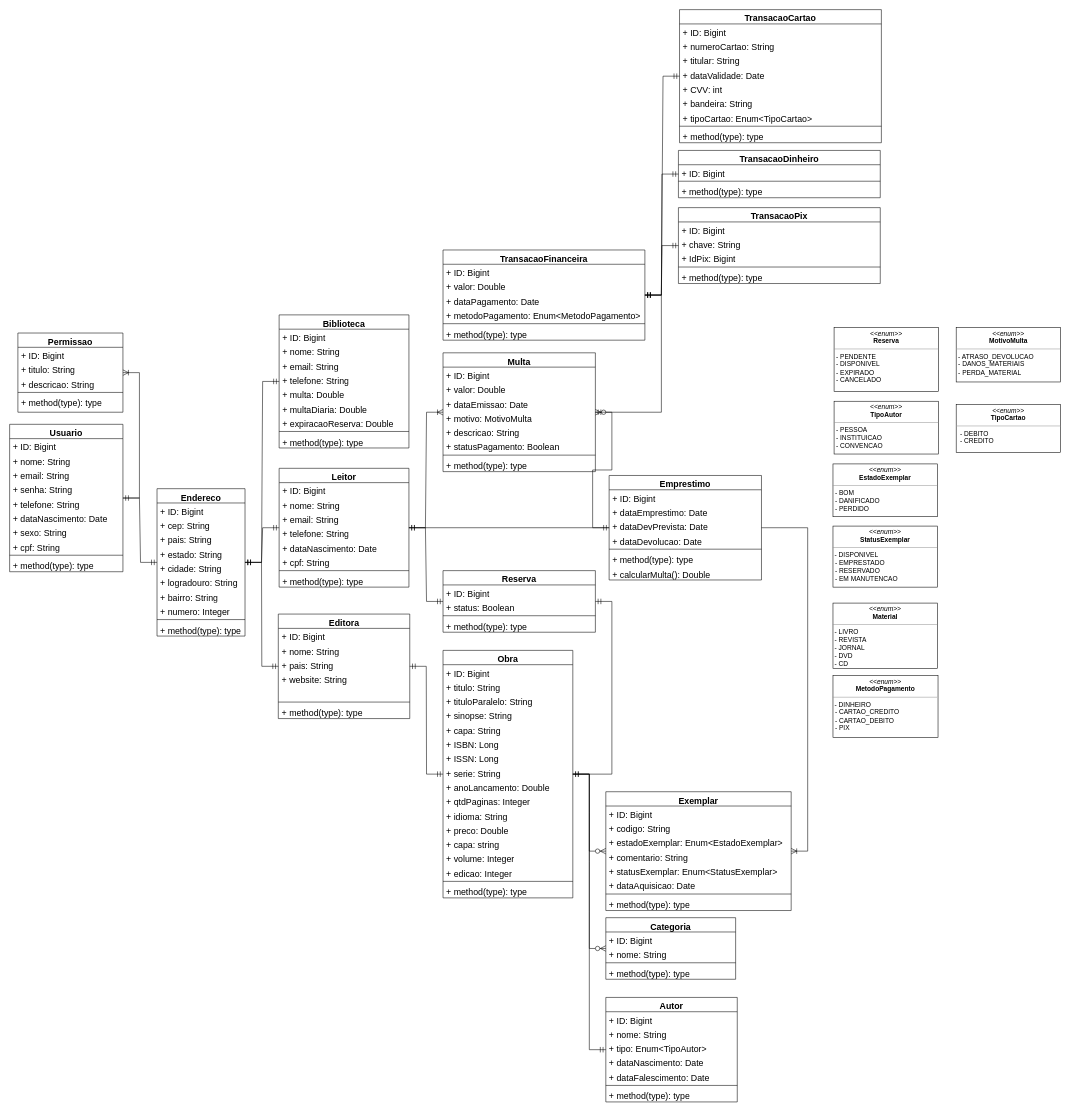
Before: assets/diagramas/Biblitech diagrama de classe.drawio in Algorithm-Aces/BiblioTech, a draw.io diagram. Source tidied: cells renumbered, new cells numbered last; positions are measured from the earlier drawing's top-left corner, leaving out a move shared by most shapes. Both pictures are drawn from the tidied source at 55%, with x=0, y=0 at pixel (9, 9).
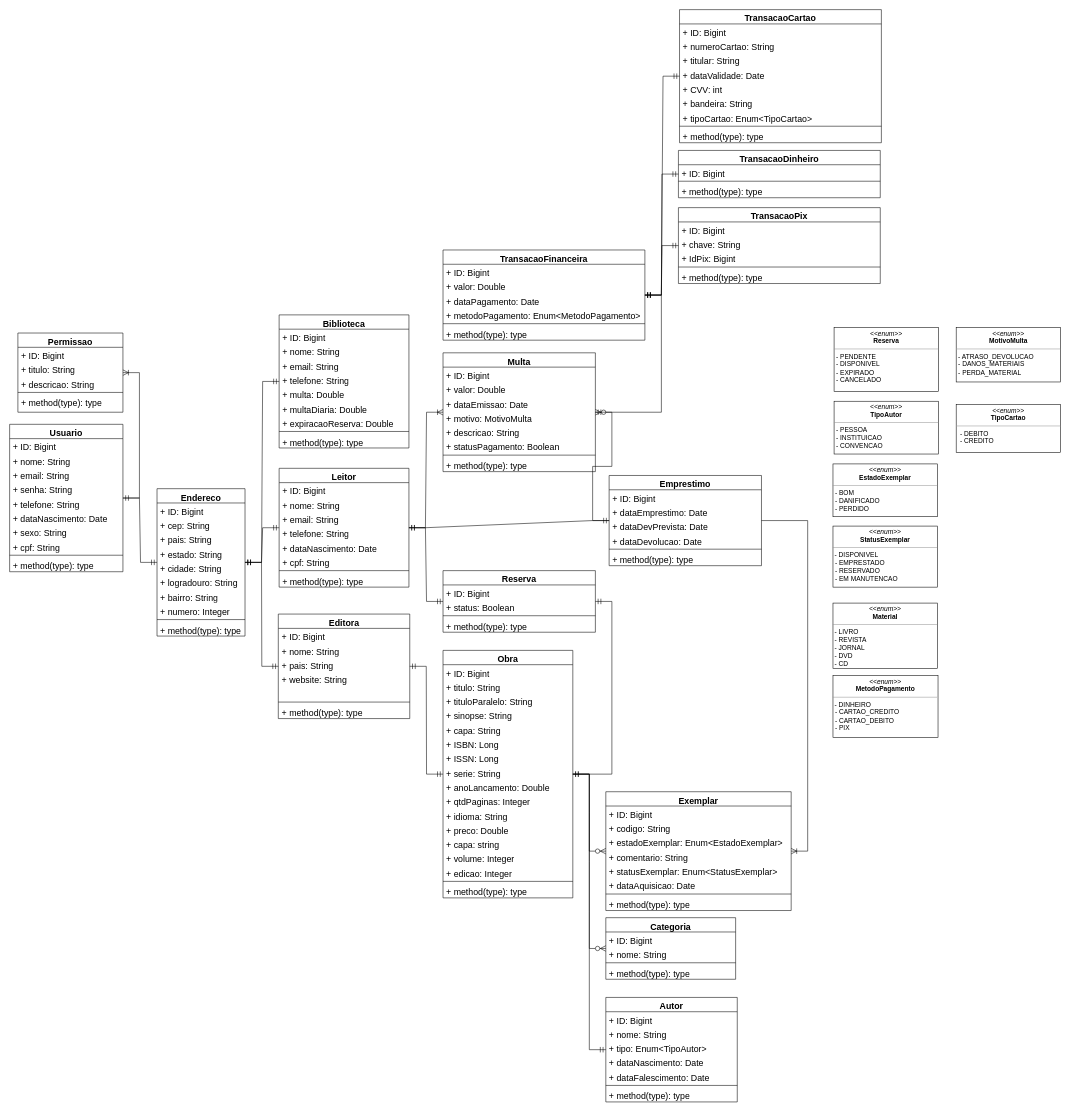
After the change.

Commit message (it also covers changes not shown here):
doc: ajuste no diagrama

Change to the diagram source:
```diff
@@
     <mxCell id="108" value="Emprestimo" style="swimlane;fontStyle=1;align=center;verticalAlign=top;horizontal=1;startSize=26;whiteSpace=wrap;html=1;fontSize=16;" parent="1" vertex="1">
-      <mxGeometry x="1090" y="847" width="277" height="190" as="geometry" />
+      <mxGeometry x="1090" y="847" width="277" height="164" as="geometry" />
     </mxCell>
@@
-    <mxCell id="115" value="+&amp;nbsp;calcularMulta(): Double" style="text;strokeColor=none;fillColor=none;align=left;verticalAlign=top;spacingLeft=4;spacingRight=4;overflow=hidden;whiteSpace=wrap;html=1;fontSize=16;" parent="108" vertex="1">
-      <mxGeometry y="164" width="277" height="26" as="geometry" />
-    </mxCell>
```
